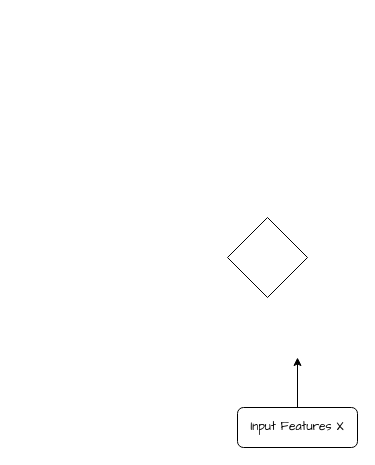
Earlier version of the draw.io diagram QCPX满减券.drawio (LukeHe/Test). Source tidied: cells renumbered, new cells numbered last; positions are measured from the earlier drawing's top-left corner, leaving out a move shared by most shapes. Both pictures are drawn from the tidied source at 100%, with x=0, y=0 at pixel (227, 217).
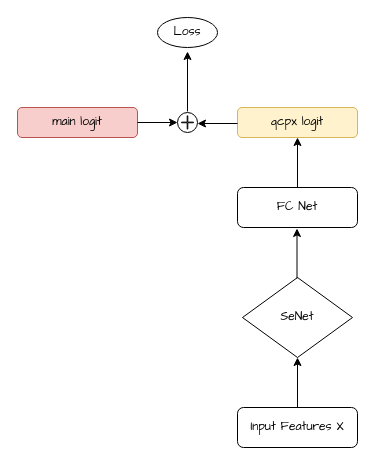
The same diagram, later.

Commit message (it also covers changes not shown here):
更新QCPX满减券.drawio

The change refers to these unchanged cells:
```xml
<mxCell id="2" value="Input Features X" style="rounded=1;whiteSpace=wrap;html=1;fontFamily=Comic Sans MS;" parent="1" vertex="1">
  <mxGeometry x="10" y="190" width="120" height="40" as="geometry" />
</mxCell>
```

Change to the diagram source:
```diff
@@
-    <mxCell id="3" style="endArrow=classic;html=1;rounded=0;exitX=0.5;exitY=0;exitDx=0;exitDy=0;" parent="1" edge="1" source="2">
+    <mxCell id="3" style="endArrow=classic;html=1;rounded=0;exitX=0.5;exitY=0;exitDx=0;exitDy=0;fontFamily=Comic Sans MS;" parent="1" edge="1" source="2">
       <mxGeometry relative="1" as="geometry">
         <mxPoint x="70" y="140" as="targetPoint" />
       </mxGeometry>
     </mxCell>
-    <mxCell id="4" style="rhombus;whiteSpace=wrap;html=1;" parent="1" vertex="1">
-      <mxGeometry width="80" height="80" as="geometry" />
+    <mxCell id="4" value="SeNet" style="rhombus;whiteSpace=wrap;html=1;fontFamily=Comic Sans MS;" parent="1" vertex="1">
+      <mxGeometry x="15" y="60" width="110" height="80" as="geometry" />
     </mxCell>
+    <mxCell id="5" style="endArrow=classic;html=1;rounded=0;exitX=0.5;exitY=0;exitDx=0;exitDy=0;fontFamily=Comic Sans MS;" parent="1" edge="1">
+      <mxGeometry relative="1" as="geometry">
+        <mxPoint x="69.5" y="61" as="sourcePoint" />
+        <mxPoint x="69.5" y="11" as="targetPoint" />
+      </mxGeometry>
+    </mxCell>
+    <mxCell id="6" value="FC Net" style="rounded=1;whiteSpace=wrap;html=1;fontFamily=Comic Sans MS;" parent="1" vertex="1">
+      <mxGeometry x="10" y="-30" width="120" height="40" as="geometry" />
+    </mxCell>
+    <mxCell id="7" style="endArrow=classic;html=1;rounded=0;fontFamily=Comic Sans MS;" parent="1" edge="1">
+      <mxGeometry relative="1" as="geometry">
+        <mxPoint x="70" y="-30" as="sourcePoint" />
+        <mxPoint x="70" y="-80" as="targetPoint" />
+      </mxGeometry>
+    </mxCell>
+    <mxCell id="8" value="qcpx logit" style="rounded=1;whiteSpace=wrap;html=1;fontFamily=Comic Sans MS;fillColor=#fff2cc;strokeColor=#d6b656;" parent="1" vertex="1">
+      <mxGeometry x="10" y="-110" width="120" height="30" as="geometry" />
+    </mxCell>
+    <mxCell id="9" style="endArrow=classic;html=1;rounded=0;fontFamily=Comic Sans MS;" parent="1" edge="1">
+      <mxGeometry relative="1" as="geometry">
+        <mxPoint x="10" y="-94" as="sourcePoint" />
+        <mxPoint x="-30" y="-94" as="targetPoint" />
+      </mxGeometry>
+    </mxCell>
+    <mxCell id="10" style="group;fontFamily=Comic Sans MS;" parent="1" vertex="1">
+      <mxGeometry x="-50" y="-105" width="20" height="20" as="geometry" />
+    </mxCell>
+    <mxCell id="11" style="ellipse;whiteSpace=wrap;html=1;labelBackgroundColor=none;rounded=1;fontFamily=Comic Sans MS;" parent="10" vertex="1">
+      <mxGeometry width="20" height="20" as="geometry" />
+    </mxCell>
+    <mxCell id="12" style="shape=cross;whiteSpace=wrap;html=1;size=0.049853515625;fontStyle=1;labelBackgroundColor=none;rounded=1;fontFamily=Comic Sans MS;" parent="10" vertex="1">
+      <mxGeometry x="4" y="3.3" width="12" height="13.3" as="geometry" />
+    </mxCell>
+    <mxCell id="13" value="main logit" style="rounded=1;whiteSpace=wrap;html=1;fontFamily=Comic Sans MS;fillColor=#f8cecc;strokeColor=#b85450;" parent="1" vertex="1">
+      <mxGeometry x="-210" y="-110" width="120" height="30" as="geometry" />
+    </mxCell>
+    <mxCell id="14" style="endArrow=classic;html=1;rounded=0;entryX=0;entryY=0.5;entryDx=0;entryDy=0;exitX=1;exitY=0.5;exitDx=0;exitDy=0;fontFamily=Comic Sans MS;" parent="1" edge="1" source="13" target="11">
+      <mxGeometry relative="1" as="geometry" />
+    </mxCell>
+    <mxCell id="15" style="endArrow=classic;html=1;rounded=0;fontFamily=Comic Sans MS;" parent="1" edge="1">
+      <mxGeometry relative="1" as="geometry">
+        <mxPoint x="-40" y="-106" as="sourcePoint" />
+        <mxPoint x="-40" y="-166" as="targetPoint" />
+      </mxGeometry>
+    </mxCell>
+    <mxCell id="16" value="Loss" style="ellipse;whiteSpace=wrap;html=1;fontFamily=Comic Sans MS;" parent="1" vertex="1">
+      <mxGeometry x="-70" y="-200" width="60" height="30" as="geometry" />
+    </mxCell>
```
